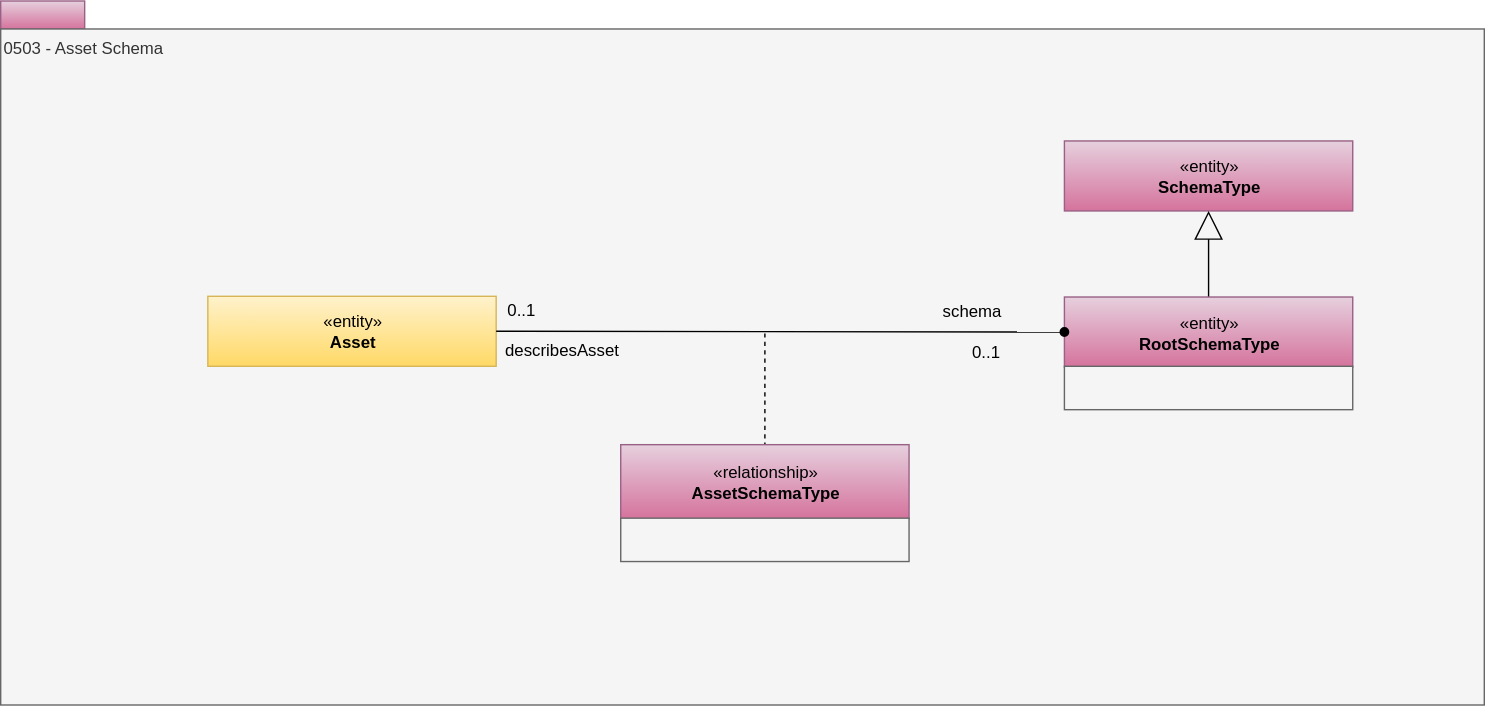
Earlier version of the draw.io export site/docs/types/5/0503-Asset-Schema.svg (odpi/egeria-docs). Source tidied: cells renumbered, new cells last; positions are measured from the earlier drawing's top-left corner, leaving out a move shared by most shapes.
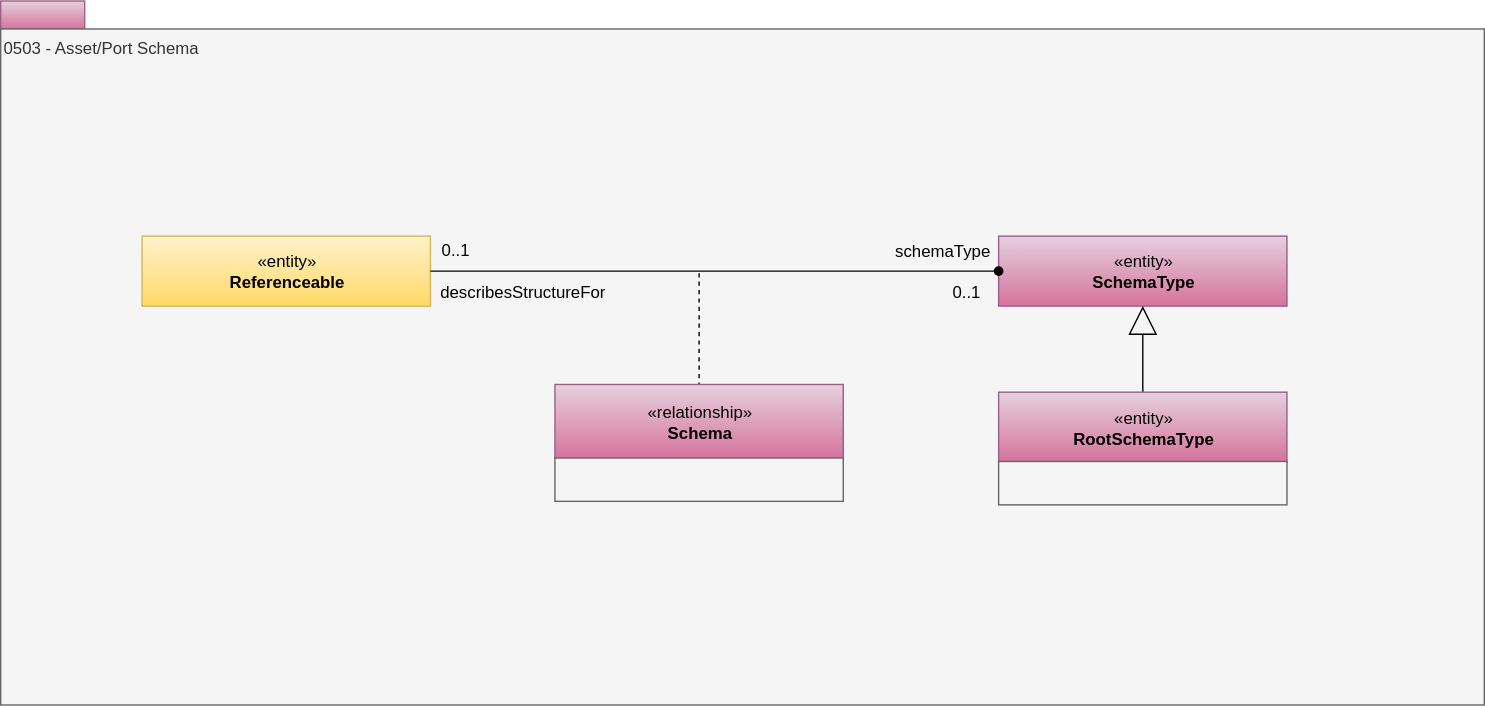
After the change.

What changed in the source:
```diff
@@ -5,49 +5,49 @@
     <mxCell id="2" style="rounded=0;whiteSpace=wrap;html=1;align=left;fillColor=#e6d0de;strokeColor=#996185;gradientColor=#d5739d;" parent="1" vertex="1">
       <mxGeometry width="60" height="20" as="geometry" />
     </mxCell>
-    <mxCell id="3" value="0503 - Asset Schema" style="rounded=0;whiteSpace=wrap;html=1;align=left;verticalAlign=top;fillColor=#f5f5f5;fontColor=#333333;strokeColor=#666666;" parent="1" vertex="1">
+    <mxCell id="3" value="0503 - Asset/Port Schema" style="rounded=0;whiteSpace=wrap;html=1;align=left;verticalAlign=top;fillColor=#f5f5f5;fontColor=#333333;strokeColor=#666666;" parent="1" vertex="1">
       <mxGeometry y="20" width="1060" height="483" as="geometry" />
     </mxCell>
-    <mxCell id="4" value="«entity»&lt;br&gt;&lt;b&gt;Asset&lt;/b&gt;" style="html=1;strokeColor=#d6b656;align=center;fillColor=#fff2cc;gradientColor=#ffd966;" parent="1" vertex="1">
-      <mxGeometry x="148" y="211" width="206" height="50" as="geometry" />
+    <mxCell id="4" value="«entity»&lt;br&gt;&lt;b&gt;Referenceable&lt;/b&gt;" style="html=1;strokeColor=#d6b656;align=center;fillColor=#fff2cc;gradientColor=#ffd966;" parent="1" vertex="1">
+      <mxGeometry x="101" y="168" width="206" height="50" as="geometry" />
     </mxCell>
     <mxCell id="5" value="«entity»&lt;br&gt;&lt;b&gt;SchemaType&lt;/b&gt;" style="html=1;strokeColor=#996185;align=center;fillColor=#e6d0de;gradientColor=#d5739d;" parent="1" vertex="1">
-      <mxGeometry x="760" y="100" width="206" height="50" as="geometry" />
+      <mxGeometry x="713" y="168" width="206" height="50" as="geometry" />
     </mxCell>
     <mxCell id="6" style="endArrow=none;dashed=1;html=1;" parent="1" edge="1" target="11">
       <mxGeometry relative="1" as="geometry">
-        <mxPoint x="546" y="237.5" as="sourcePoint" />
+        <mxPoint x="499" y="194.5" as="sourcePoint" />
       </mxGeometry>
     </mxCell>
     <mxCell id="7" value="0..1" style="text;html=1;strokeColor=none;fillColor=none;align=center;verticalAlign=middle;whiteSpace=wrap;rounded=0;" parent="1" vertex="1">
-      <mxGeometry x="352" y="211" width="40" height="20" as="geometry" />
+      <mxGeometry x="305" y="168" width="40" height="20" as="geometry" />
     </mxCell>
     <mxCell id="8" value="0..1" style="text;html=1;strokeColor=none;fillColor=none;align=center;verticalAlign=middle;whiteSpace=wrap;rounded=0;" parent="1" vertex="1">
-      <mxGeometry x="684" y="241" width="40" height="20" as="geometry" />
+      <mxGeometry x="670" y="198" width="40" height="20" as="geometry" />
     </mxCell>
-    <mxCell id="9" value="schema" style="text;html=1;strokeColor=none;fillColor=none;align=center;verticalAlign=middle;whiteSpace=wrap;rounded=0;" parent="1" vertex="1">
-      <mxGeometry x="665.5" y="211.5" width="56" height="20" as="geometry" />
+    <mxCell id="9" value="schemaType" style="text;html=1;strokeColor=none;fillColor=none;align=center;verticalAlign=middle;whiteSpace=wrap;rounded=0;" parent="1" vertex="1">
+      <mxGeometry x="644.5" y="168.5" width="56" height="20" as="geometry" />
     </mxCell>
-    <mxCell id="10" value="describesAsset" style="text;html=1;strokeColor=none;fillColor=none;align=center;verticalAlign=middle;whiteSpace=wrap;rounded=0;" parent="1" vertex="1">
-      <mxGeometry x="359" y="240" width="84" height="20" as="geometry" />
+    <mxCell id="10" value="describesStructureFor" style="text;html=1;strokeColor=none;fillColor=none;align=center;verticalAlign=middle;whiteSpace=wrap;rounded=0;" parent="1" vertex="1">
+      <mxGeometry x="331" y="198" width="84" height="20" as="geometry" />
     </mxCell>
-    <mxCell id="11" value="«relationship»&lt;br&gt;&lt;b&gt;AssetSchemaType&lt;/b&gt;" style="html=1;strokeColor=#996185;align=center;fillColor=#e6d0de;gradientColor=#d5739d;" parent="1" vertex="1">
-      <mxGeometry x="443" y="317" width="206" height="53" as="geometry" />
+    <mxCell id="11" value="«relationship»&lt;br&gt;&lt;b&gt;Schema&lt;/b&gt;" style="html=1;strokeColor=#996185;align=center;fillColor=#e6d0de;gradientColor=#d5739d;" parent="1" vertex="1">
+      <mxGeometry x="396" y="274" width="206" height="53" as="geometry" />
     </mxCell>
     <mxCell id="12" style="rounded=0;whiteSpace=wrap;html=1;strokeColor=#666666;align=left;fillColor=#f5f5f5;fontColor=#333333;" parent="1" vertex="1">
-      <mxGeometry x="443" y="369.5" width="206" height="31" as="geometry" />
+      <mxGeometry x="396" y="326.5" width="206" height="31" as="geometry" />
     </mxCell>
     <mxCell id="13" style="edgeStyle=orthogonalEdgeStyle;rounded=0;jettySize=auto;html=1;exitX=0.5;exitY=0;exitDx=0;exitDy=0;entryX=0.5;entryY=1;entryDx=0;entryDy=0;endArrow=block;endFill=0;strokeWidth=1;endSize=18;" parent="1" edge="1" source="14" target="5">
       <mxGeometry relative="1" as="geometry" />
     </mxCell>
     <mxCell id="14" value="«entity»&lt;br&gt;&lt;b&gt;RootSchemaType&lt;/b&gt;" style="html=1;strokeColor=#996185;align=center;fillColor=#e6d0de;gradientColor=#d5739d;" parent="1" vertex="1">
-      <mxGeometry x="760" y="211.5" width="206" height="50" as="geometry" />
+      <mxGeometry x="713" y="279.5" width="206" height="50" as="geometry" />
     </mxCell>
-    <mxCell id="15" style="endArrow=oval;html=1;entryX=0;entryY=0.5;exitX=1;exitY=0.5;endFill=1;entryDx=0;entryDy=0;" parent="1" edge="1" source="4" target="14">
+    <mxCell id="15" style="endArrow=oval;html=1;entryX=0;entryY=0.5;exitX=1;exitY=0.5;endFill=1;entryDx=0;entryDy=0;" parent="1" edge="1" source="4" target="5">
       <mxGeometry relative="1" as="geometry" />
     </mxCell>
     <mxCell id="16" style="rounded=0;whiteSpace=wrap;html=1;strokeColor=#666666;align=left;fillColor=#f5f5f5;fontColor=#333333;" parent="1" vertex="1">
-      <mxGeometry x="760" y="261" width="206" height="31" as="geometry" />
+      <mxGeometry x="713" y="329" width="206" height="31" as="geometry" />
     </mxCell>
   </root>
 </mxGraphModel>
```
